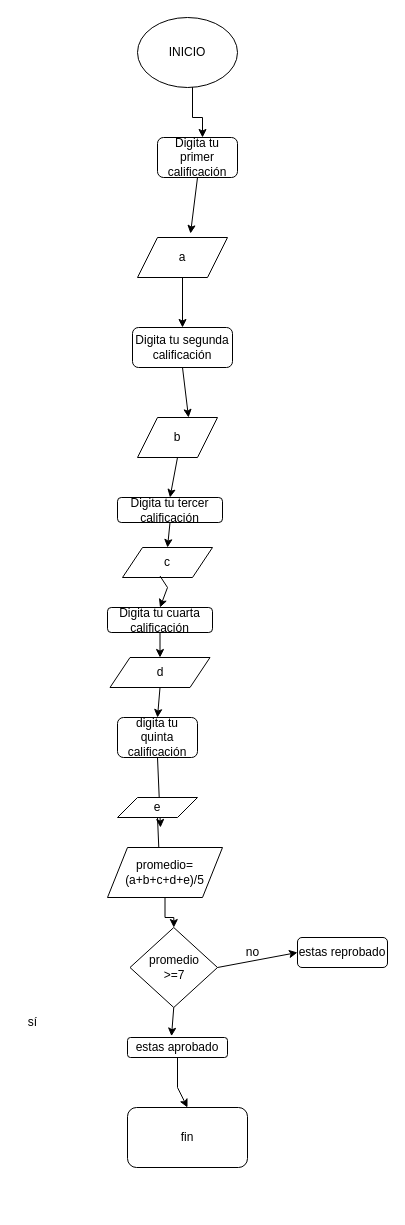
This is page "Page-1" (1 of 3) of diagramas practicas.drawio from CarlosFernandoYolHernandez/practicas_base, a draw.io file, before an edit. Source tidied: cells renumbered, new cells numbered last; positions are measured from the earlier drawing's top-left corner, leaving out a move shared by most shapes. Both pictures are drawn from the tidied source at 100%, with x=0, y=0 at pixel (17, 17).
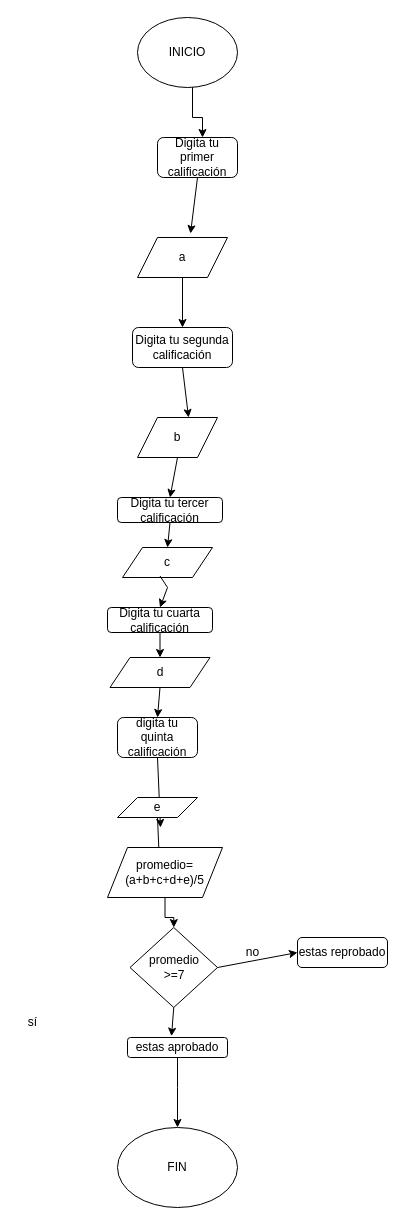
Above is the later version.

Unchanged cells that the change refers to:
```xml
<mxCell id="29" value="estas aprobado" style="rounded=1;whiteSpace=wrap;html=1;" parent="1" vertex="1">
  <mxGeometry x="110" y="1020" width="100" height="20" as="geometry" />
</mxCell>
```

Diff of the diagram source:
```diff
@@
-    <mxCell id="33" style="endArrow=classic;html=1;rounded=0;exitX=0.5;exitY=1;exitDx=0;exitDy=0;entryX=0.5;entryY=0;entryDx=0;entryDy=0;" parent="1" edge="1" source="29" target="34">
+    <mxCell id="33" style="endArrow=classic;html=1;rounded=0;exitX=0.5;exitY=1;exitDx=0;exitDy=0;entryX=0.5;entryY=0;entryDx=0;entryDy=0;" parent="1" edge="1" source="29" target="35">
       <mxGeometry relative="1" as="geometry">
         <Array as="points">
           <mxPoint x="160" y="1070" />
         </Array>
       </mxGeometry>
     </mxCell>
-    <mxCell id="34" value="fin" style="rounded=1;whiteSpace=wrap;html=1;" parent="1" vertex="1">
-      <mxGeometry x="110" y="1090" width="120" height="60" as="geometry" />
-    </mxCell>
+    <mxCell id="35" value="FIN" style="ellipse;whiteSpace=wrap;html=1;" parent="1" vertex="1">
+      <mxGeometry x="100" y="1110" width="120" height="80" as="geometry" />
+    </mxCell>
```
